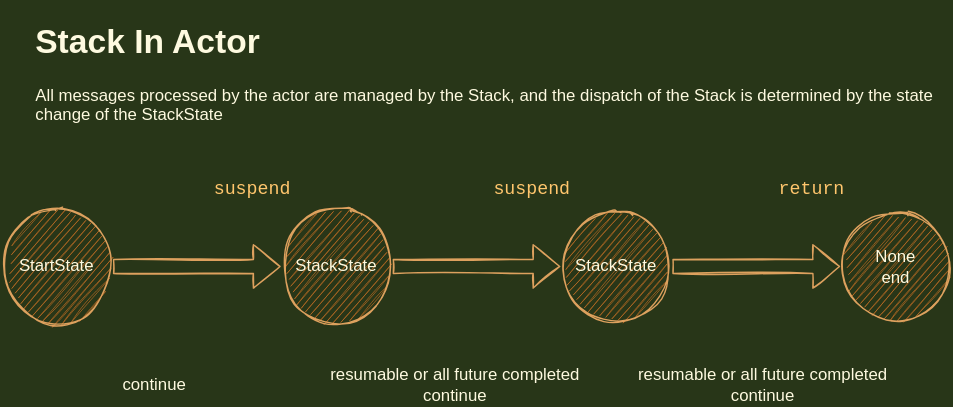
The draw.io diagram docs/_assets/images/stack_resume.drawio.svg in otavia-projects/otavia, before a commit. Source tidied: cells renumbered, new cells last; positions are measured from the earlier drawing's top-left corner, leaving out a move shared by most shapes.
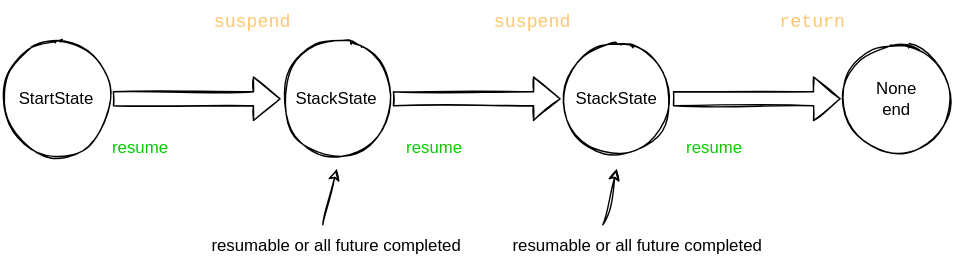
The same file after the commit.

Diff of the diagram source:
```diff
@@ -1,48 +1,63 @@
-<mxGraphModel background="#283618">
+<mxGraphModel>
   <root>
     <mxCell id="0" />
     <mxCell id="1" parent="0" />
-    <mxCell id="2" style="edgeStyle=orthogonalEdgeStyle;rounded=0;jettySize=auto;html=1;shape=flexArrow;sketch=1;labelBackgroundColor=#283618;strokeColor=#DDA15E;fontColor=#FEFAE0;" parent="1" edge="1" source="3" target="5">
+    <mxCell id="2" style="edgeStyle=orthogonalEdgeStyle;rounded=0;jettySize=auto;html=1;shape=flexArrow;sketch=1;" parent="1" edge="1" source="3" target="5">
       <mxGeometry relative="1" as="geometry" />
     </mxCell>
-    <mxCell id="3" value="StartState" style="ellipse;whiteSpace=wrap;html=1;sketch=1;fillColor=#BC6C25;strokeColor=#DDA15E;fontColor=#FEFAE0;" parent="1" vertex="1">
+    <mxCell id="3" value="StartState" style="ellipse;whiteSpace=wrap;html=1;rounded=0;sketch=1;" parent="1" vertex="1">
       <mxGeometry y="140" width="80" height="80" as="geometry" />
     </mxCell>
-    <mxCell id="4" style="edgeStyle=orthogonalEdgeStyle;shape=flexArrow;rounded=0;jettySize=auto;html=1;sketch=1;labelBackgroundColor=#283618;strokeColor=#DDA15E;fontColor=#FEFAE0;" parent="1" edge="1" source="5" target="8">
+    <mxCell id="4" style="edgeStyle=orthogonalEdgeStyle;shape=flexArrow;rounded=0;jettySize=auto;html=1;sketch=1;" parent="1" edge="1" source="5" target="8">
       <mxGeometry relative="1" as="geometry" />
     </mxCell>
-    <mxCell id="5" value="StackState" style="ellipse;whiteSpace=wrap;html=1;sketch=1;fillColor=#BC6C25;strokeColor=#DDA15E;fontColor=#FEFAE0;" parent="1" vertex="1">
+    <mxCell id="5" value="StackState" style="ellipse;whiteSpace=wrap;html=1;rounded=0;sketch=1;" parent="1" vertex="1">
       <mxGeometry x="200" y="140" width="80" height="80" as="geometry" />
     </mxCell>
-    <mxCell id="6" value="continue" style="text;html=1;strokeColor=none;fillColor=none;align=center;verticalAlign=middle;whiteSpace=wrap;rounded=0;sketch=1;fontColor=#FEFAE0;" parent="1" vertex="1">
-      <mxGeometry x="80" y="250" width="60" height="30" as="geometry" />
+    <mxCell id="6" value="&lt;font color=&quot;#00cc00&quot;&gt;resume&lt;/font&gt;" style="text;html=1;strokeColor=none;fillColor=none;align=center;verticalAlign=middle;whiteSpace=wrap;rounded=0;sketch=1;" parent="1" vertex="1">
+      <mxGeometry x="70" y="200" width="60" height="30" as="geometry" />
     </mxCell>
-    <mxCell id="7" style="edgeStyle=orthogonalEdgeStyle;shape=flexArrow;rounded=0;jettySize=auto;html=1;sketch=1;labelBackgroundColor=#283618;strokeColor=#DDA15E;fontColor=#FEFAE0;" parent="1" edge="1" source="8" target="10">
+    <mxCell id="7" style="edgeStyle=orthogonalEdgeStyle;shape=flexArrow;rounded=0;jettySize=auto;html=1;sketch=1;" parent="1" edge="1" source="8" target="10">
       <mxGeometry relative="1" as="geometry" />
     </mxCell>
-    <mxCell id="8" value="StackState" style="ellipse;whiteSpace=wrap;html=1;sketch=1;fillColor=#BC6C25;strokeColor=#DDA15E;fontColor=#FEFAE0;" parent="1" vertex="1">
+    <mxCell id="8" value="StackState" style="ellipse;whiteSpace=wrap;html=1;rounded=0;sketch=1;" parent="1" vertex="1">
       <mxGeometry x="400" y="140" width="80" height="80" as="geometry" />
     </mxCell>
-    <mxCell id="9" value="&lt;div style=&quot;color: rgb(169, 183, 198); font-family: &amp;quot;JetBrains Mono&amp;quot;, monospace; font-size: 9.8pt;&quot;&gt;&lt;span style=&quot;color: rgb(255, 198, 109);&quot;&gt;suspend&lt;/span&gt;&lt;/div&gt;" style="text;html=1;strokeColor=none;fillColor=none;align=center;verticalAlign=middle;whiteSpace=wrap;rounded=0;sketch=1;fontColor=#FEFAE0;" parent="1" vertex="1">
+    <mxCell id="9" value="&lt;div style=&quot;color: rgb(169, 183, 198); font-family: &amp;quot;JetBrains Mono&amp;quot;, monospace; font-size: 9.8pt;&quot;&gt;&lt;span style=&quot;color: rgb(255, 198, 109);&quot;&gt;suspend&lt;/span&gt;&lt;/div&gt;" style="text;html=1;strokeColor=none;fillColor=none;align=center;verticalAlign=middle;whiteSpace=wrap;rounded=0;sketch=1;" parent="1" vertex="1">
       <mxGeometry x="150" y="110" width="60" height="30" as="geometry" />
     </mxCell>
-    <mxCell id="10" value="None&lt;br&gt;end" style="ellipse;whiteSpace=wrap;html=1;sketch=1;fillColor=#BC6C25;strokeColor=#DDA15E;fontColor=#FEFAE0;" parent="1" vertex="1">
+    <mxCell id="10" value="None&lt;br&gt;end" style="ellipse;whiteSpace=wrap;html=1;rounded=0;sketch=1;" parent="1" vertex="1">
       <mxGeometry x="600" y="140" width="80" height="80" as="geometry" />
     </mxCell>
-    <mxCell id="11" value="resumable or all future completed&lt;br&gt;continue" style="text;html=1;strokeColor=none;fillColor=none;align=center;verticalAlign=middle;whiteSpace=wrap;rounded=0;sketch=1;fontColor=#FEFAE0;" parent="1" vertex="1">
-      <mxGeometry x="230" y="250" width="190" height="30" as="geometry" />
+    <mxCell id="11" value="resumable or all future completed" style="text;html=1;strokeColor=none;fillColor=none;align=center;verticalAlign=middle;whiteSpace=wrap;rounded=0;sketch=1;" parent="1" vertex="1">
+      <mxGeometry x="145" y="270" width="190" height="30" as="geometry" />
     </mxCell>
-    <mxCell id="12" value="&lt;div style=&quot;color: rgb(169, 183, 198); font-family: &amp;quot;JetBrains Mono&amp;quot;, monospace; font-size: 9.8pt;&quot;&gt;&lt;span style=&quot;color: rgb(255, 198, 109);&quot;&gt;suspend&lt;/span&gt;&lt;/div&gt;" style="text;html=1;strokeColor=none;fillColor=none;align=center;verticalAlign=middle;whiteSpace=wrap;rounded=0;sketch=1;fontColor=#FEFAE0;" parent="1" vertex="1">
+    <mxCell id="12" value="&lt;div style=&quot;color: rgb(169, 183, 198); font-family: &amp;quot;JetBrains Mono&amp;quot;, monospace; font-size: 9.8pt;&quot;&gt;&lt;span style=&quot;color: rgb(255, 198, 109);&quot;&gt;suspend&lt;/span&gt;&lt;/div&gt;" style="text;html=1;strokeColor=none;fillColor=none;align=center;verticalAlign=middle;whiteSpace=wrap;rounded=0;sketch=1;" parent="1" vertex="1">
       <mxGeometry x="350" y="110" width="60" height="30" as="geometry" />
     </mxCell>
-    <mxCell id="13" value="&lt;div style=&quot;color: rgb(169, 183, 198); font-family: &amp;quot;JetBrains Mono&amp;quot;, monospace; font-size: 9.8pt;&quot;&gt;&lt;div style=&quot;font-size: 9.8pt;&quot;&gt;&lt;span style=&quot;color: rgb(255, 198, 109);&quot;&gt;return&lt;/span&gt;&lt;/div&gt;&lt;/div&gt;" style="text;html=1;strokeColor=none;fillColor=none;align=center;verticalAlign=middle;whiteSpace=wrap;rounded=0;sketch=1;fontColor=#FEFAE0;" parent="1" vertex="1">
+    <mxCell id="13" value="&lt;div style=&quot;color: rgb(169, 183, 198); font-family: &amp;quot;JetBrains Mono&amp;quot;, monospace; font-size: 9.8pt;&quot;&gt;&lt;div style=&quot;font-size: 9.8pt;&quot;&gt;&lt;span style=&quot;color: rgb(255, 198, 109);&quot;&gt;return&lt;/span&gt;&lt;/div&gt;&lt;/div&gt;" style="text;html=1;strokeColor=none;fillColor=none;align=center;verticalAlign=middle;whiteSpace=wrap;rounded=0;sketch=1;" parent="1" vertex="1">
       <mxGeometry x="550" y="110" width="60" height="30" as="geometry" />
     </mxCell>
-    <mxCell id="14" value="resumable or all future completed&lt;br&gt;continue" style="text;html=1;strokeColor=none;fillColor=none;align=center;verticalAlign=middle;whiteSpace=wrap;rounded=0;sketch=1;fontColor=#FEFAE0;" parent="1" vertex="1">
-      <mxGeometry x="450" y="250" width="190" height="30" as="geometry" />
+    <mxCell id="14" value="resumable or all future completed" style="text;html=1;strokeColor=none;fillColor=none;align=center;verticalAlign=middle;whiteSpace=wrap;rounded=0;sketch=1;" parent="1" vertex="1">
+      <mxGeometry x="360" y="270" width="190" height="30" as="geometry" />
     </mxCell>
-    <mxCell id="15" value="&lt;h1&gt;Stack In Actor&lt;/h1&gt;&lt;p&gt;All messages processed by the actor are managed by the Stack,&amp;nbsp;and the dispatch of the Stack is determined by the state change of the StackState&lt;/p&gt;" style="text;html=1;strokeColor=none;fillColor=none;spacing=5;spacingTop=-20;whiteSpace=wrap;overflow=hidden;rounded=0;sketch=1;fontColor=#FEFAE0;" parent="1" vertex="1">
-      <mxGeometry x="20" width="660" height="80" as="geometry" />
-    </mxCell>
+    <mxCell id="16" value="&lt;font color=&quot;#00cc00&quot;&gt;resume&lt;/font&gt;" style="text;html=1;strokeColor=none;fillColor=none;align=center;verticalAlign=middle;whiteSpace=wrap;rounded=0;sketch=1;" parent="1" vertex="1">
+      <mxGeometry x="280" y="200" width="60" height="30" as="geometry" />
+    </mxCell>
+    <mxCell id="17" value="&lt;font color=&quot;#00cc00&quot;&gt;resume&lt;/font&gt;" style="text;html=1;strokeColor=none;fillColor=none;align=center;verticalAlign=middle;whiteSpace=wrap;rounded=0;sketch=1;" parent="1" vertex="1">
+      <mxGeometry x="480" y="200" width="60" height="30" as="geometry" />
+    </mxCell>
+    <mxCell id="18" style="endArrow=classic;html=1;rounded=0;sketch=1;hachureGap=4;jiggle=2;fontFamily=Architects Daughter;fontSource=https%3A%2F%2Ffonts.googleapis.com%2Fcss%3Ffamily%3DArchitects%2BDaughter;fontSize=16;fontColor=#00CC00;" parent="1" edge="1">
+      <mxGeometry relative="1" as="geometry">
+        <mxPoint x="230" y="270" as="sourcePoint" />
+        <mxPoint x="240" y="230" as="targetPoint" />
+      </mxGeometry>
+    </mxCell>
+    <mxCell id="19" style="endArrow=classic;html=1;rounded=0;sketch=1;hachureGap=4;jiggle=2;fontFamily=Architects Daughter;fontSource=https%3A%2F%2Ffonts.googleapis.com%2Fcss%3Ffamily%3DArchitects%2BDaughter;fontSize=16;fontColor=#00CC00;" parent="1" edge="1">
+      <mxGeometry relative="1" as="geometry">
+        <mxPoint x="430" y="270" as="sourcePoint" />
+        <mxPoint x="440" y="230" as="targetPoint" />
+      </mxGeometry>
+    </mxCell>
   </root>
 </mxGraphModel>
```
